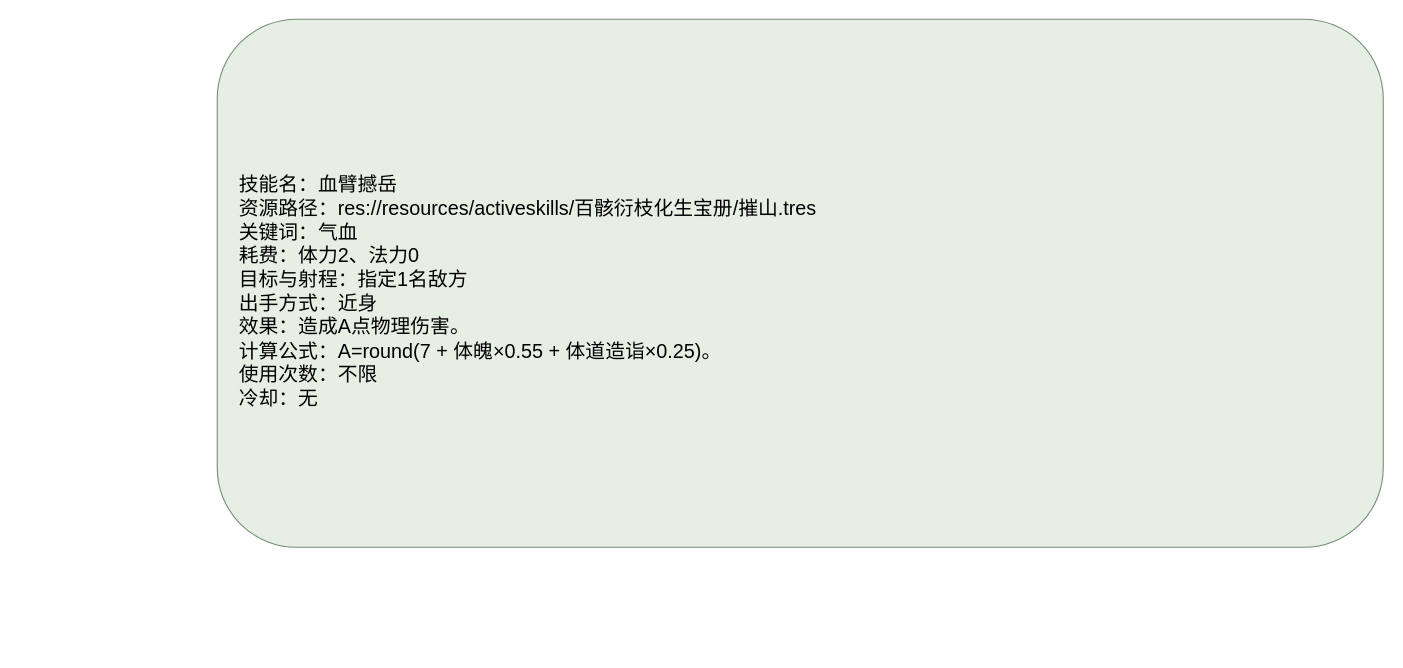
This is page "血臂撼岳" (1 of 2) of docs/卡牌词典/秘籍技能/百骸衍枝化生宝册/血臂撼岳.drawio from ankundanetracyc-spec/tian-guan-you-du, a draw.io file, before an edit. Source tidied: cells renumbered, new cells numbered last; positions are measured from the earlier drawing's top-left corner, leaving out a move shared by most shapes. Both pictures are drawn from the tidied source at 110%, with x=0, y=0 at pixel (217, 19).
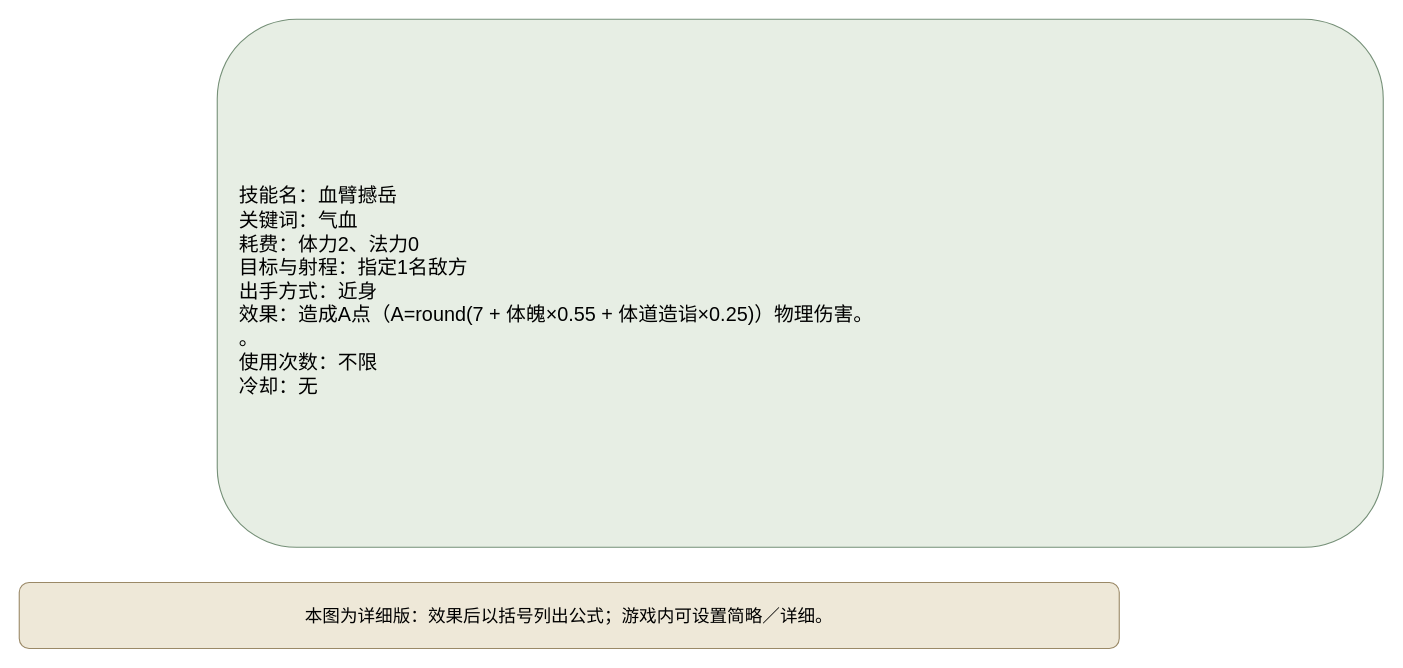
The same diagram, later.

The edit, as a diff of the source:
```diff
@@
 <mxGraphModel>
   <root>
     <mxCell id="0" />
     <mxCell id="1" parent="0" />
-    <mxCell id="2" value="&lt;div style=&quot;text-align:left;&quot;&gt;技能名：血臂撼岳&lt;br&gt;资源路径：res://resources/activeskills/百骸衍枝化生宝册/摧山.tres&lt;br&gt;关键词：气血&lt;br&gt;耗费：体力2、法力0&lt;br&gt;目标与射程：指定1名敌方&lt;br&gt;出手方式：近身&lt;br&gt;效果：造成A点物理伤害。&lt;br&gt;计算公式：A=round(7 + 体魄×0.55 + 体道造诣×0.25)。&lt;br&gt;使用次数：不限&lt;br&gt;冷却：无&lt;/div&gt;" style="rounded=1;whiteSpace=wrap;html=1;fillColor=#e7eee4;strokeColor=#769078;fontSize=18;align=left;spacingLeft=18;spacingTop=16;" parent="1" vertex="1">
+    <mxCell id="2" value="技能名：血臂撼岳&#10;关键词：气血&#10;耗费：体力2、法力0&#10;目标与射程：指定1名敌方&#10;出手方式：近身&#10;效果：造成A点（A=round(7 + 体魄×0.55 + 体道造诣×0.25)）物理伤害。&#10;。&#10;使用次数：不限&#10;冷却：无" style="rounded=1;whiteSpace=wrap;html=1;fillColor=#e7eee4;strokeColor=#769078;fontSize=18;align=left;spacingLeft=18;spacingTop=16;" parent="1" vertex="1">
       <mxGeometry width="1060" height="480" as="geometry" />
     </mxCell>
+    <mxCell id="3" value="本图为详细版：效果后以括号列出公式；游戏内可设置简略／详细。" style="rounded=1;whiteSpace=wrap;html=1;fillColor=#eee8d8;strokeColor=#9a8967;fontSize=16;" parent="1" vertex="1">
+      <mxGeometry x="-180" y="512" width="1000" height="60" as="geometry" />
+    </mxCell>
   </root>
 </mxGraphModel>
```
